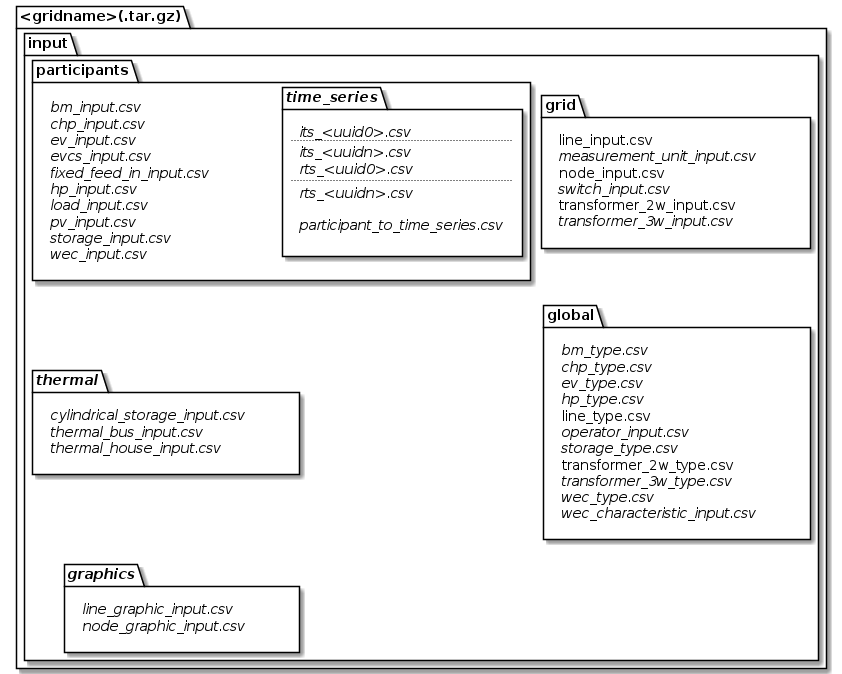
Above: docs/readthedocs/_static/figures/uml/DefaultInputDirectoryHierarchy.png in ie3-institute/PowerSystemDataModel (PlantUML), before the change. Source of this version:
```plantuml
@startuml

package <gridname>(.tar.gz) {
    package input {
        package global {
            label "//bm_type.csv//\n//chp_type.csv//\n//ev_type.csv//\n//hp_type.csv//\nline_type.csv\n//operator_input.csv//\n//storage_type.csv//\ntransformer_2w_type.csv\n//transformer_3w_type.csv//\n//wec_type.csv//\n//wec_characteristic_input.csv//"
        }
        package grid {
            label "line_input.csv\n//measurement_unit_input.csv//\nnode_input.csv\n//switch_input.csv//\ntransformer_2w_input.csv\n//transformer_3w_input.csv//"
        }
        package "//thermal//" as th {
            label "//cylindrical_storage_input.csv//\n//thermal_bus_input.csv//\n//thermal_house_input.csv//"
        }
        package participants {
            label "//bm_input.csv//\n//chp_input.csv//\n//ev_input.csv//\n//evcs_input.csv//\n//fixed_feed_in_input.csv//\n//hp_input.csv//\n//load_input.csv//\n//pv_input.csv//\n//storage_input.csv//\n//wec_input.csv//"
            package //time_series// {
                label "//its_<uuid0>.csv//\n...\n//its_<uuidn>.csv//\n//rts_<uuid0>.csv//\n...\n//rts_<uuidn>.csv//\n\n//participant_to_time_series.csv//"
            }
        }
        package //graphics// as gr {
            label "//line_graphic_input.csv//\n//node_graphic_input.csv//"
        }

        grid -[hidden]- global
        participants -[hidden]- th
        th -[hidden]- gr
    }
}

@enduml
```
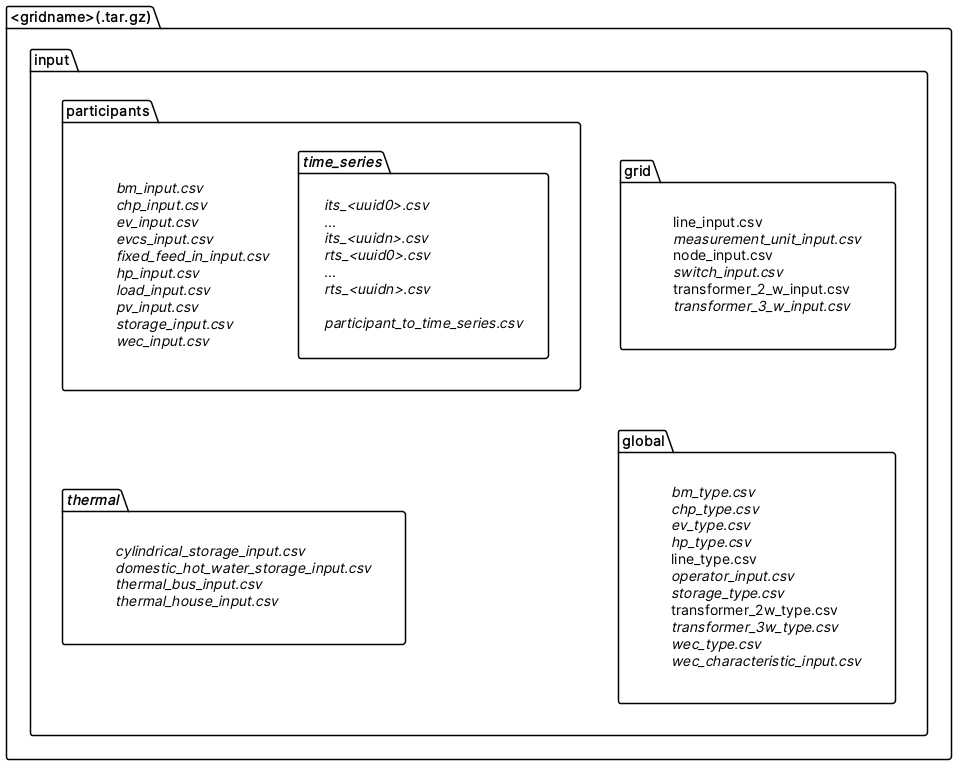
Above is the later version.

Change to the diagram source:
```diff
@@ -6,10 +6,10 @@
             label "//bm_type.csv//\n//chp_type.csv//\n//ev_type.csv//\n//hp_type.csv//\nline_type.csv\n//operator_input.csv//\n//storage_type.csv//\ntransformer_2w_type.csv\n//transformer_3w_type.csv//\n//wec_type.csv//\n//wec_characteristic_input.csv//"
         }
         package grid {
-            label "line_input.csv\n//measurement_unit_input.csv//\nnode_input.csv\n//switch_input.csv//\ntransformer_2w_input.csv\n//transformer_3w_input.csv//"
+            label "line_input.csv\n//measurement_unit_input.csv//\nnode_input.csv\n//switch_input.csv//\ntransformer_2_w_input.csv\n//transformer_3_w_input.csv//"
         }
         package "//thermal//" as th {
-            label "//cylindrical_storage_input.csv//\n//thermal_bus_input.csv//\n//thermal_house_input.csv//"
+            label "//cylindrical_storage_input.csv//\n//domestic_hot_water_storage_input.csv//\n//thermal_bus_input.csv//\n//thermal_house_input.csv//"
         }
         package participants {
             label "//bm_input.csv//\n//chp_input.csv//\n//ev_input.csv//\n//evcs_input.csv//\n//fixed_feed_in_input.csv//\n//hp_input.csv//\n//load_input.csv//\n//pv_input.csv//\n//storage_input.csv//\n//wec_input.csv//"
@@ -17,13 +17,9 @@
                 label "//its_<uuid0>.csv//\n...\n//its_<uuidn>.csv//\n//rts_<uuid0>.csv//\n...\n//rts_<uuidn>.csv//\n\n//participant_to_time_series.csv//"
             }
         }
-        package //graphics// as gr {
-            label "//line_graphic_input.csv//\n//node_graphic_input.csv//"
-        }
 
         grid -[hidden]- global
         participants -[hidden]- th
-        th -[hidden]- gr
     }
 }
 
```
